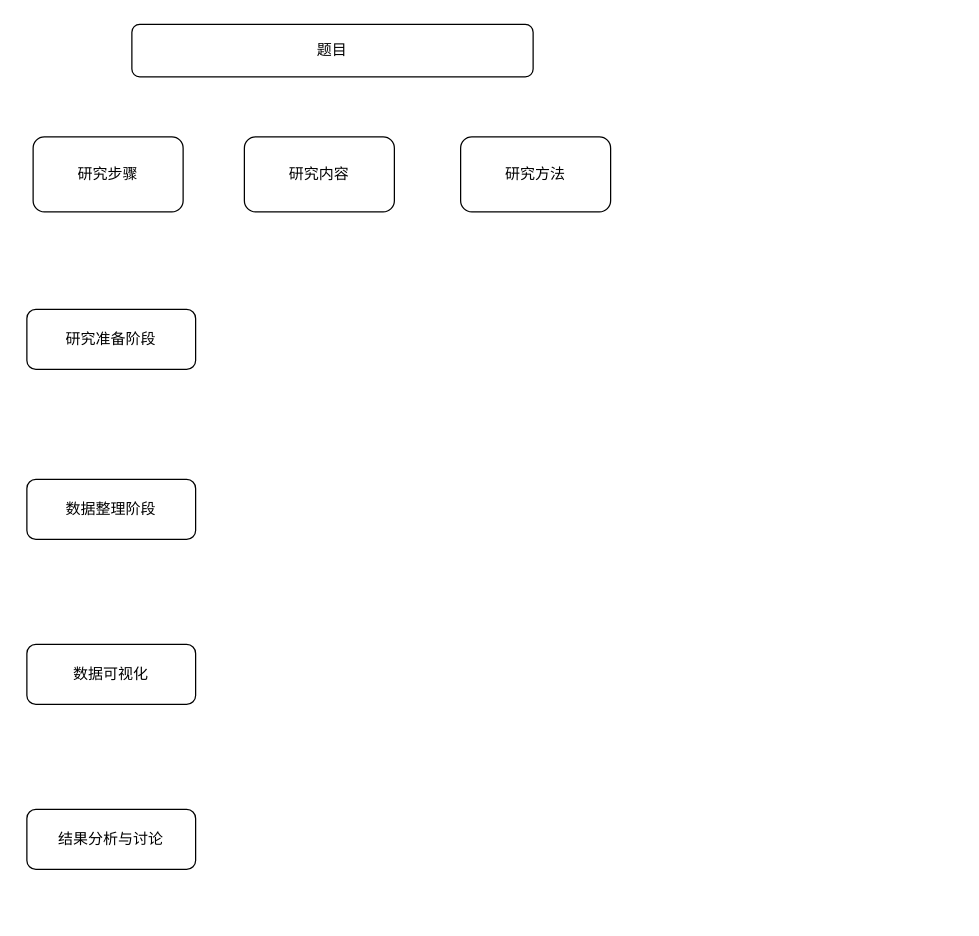
The draw.io diagram 未命名绘图.drawio in wcidftq/wcidftq, before the edit. Source tidied: cells renumbered, new cells numbered last; positions are measured from the earlier drawing's top-left corner, leaving out a move shared by most shapes. Both pictures are drawn from the tidied source at 125%, with x=0, y=0 at pixel (26, 24).
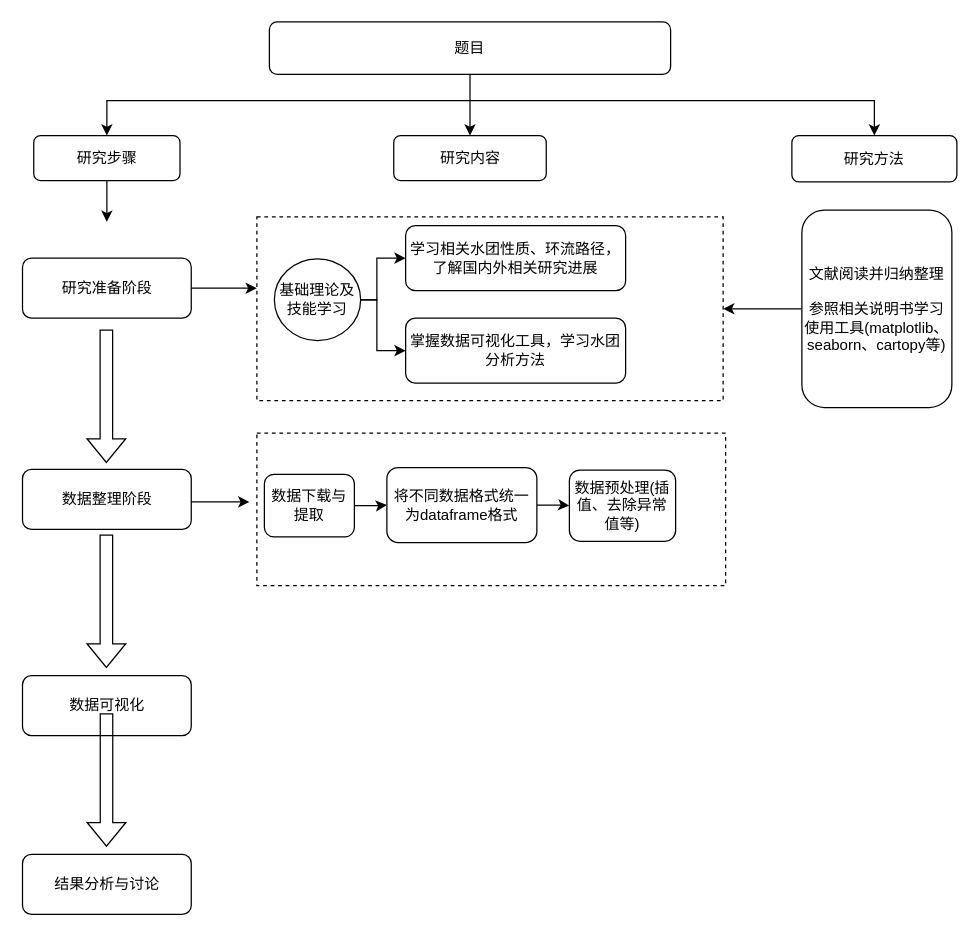
The same diagram, later.

Commit message (it also covers changes not shown here):
更新未命名绘图.drawio

Change to the diagram source:
```diff
@@
+    <mxCell id="10" style="rounded=0;whiteSpace=wrap;html=1;dashed=1;" parent="1" vertex="1">
+      <mxGeometry x="184" y="327" width="375" height="122" as="geometry" />
+    </mxCell>
+    <mxCell id="11" style="rounded=0;whiteSpace=wrap;html=1;dashed=1;" parent="1" vertex="1">
+      <mxGeometry x="184" y="154" width="373" height="147" as="geometry" />
+    </mxCell>
     <mxCell id="2" value="题目" style="rounded=1;whiteSpace=wrap;html=1;" parent="1" vertex="1">
-      <mxGeometry x="84" width="321" height="42" as="geometry" />
+      <mxGeometry x="194" y="-2" width="321" height="42" as="geometry" />
     </mxCell>
     <mxCell id="3" value="研究步骤" style="rounded=1;whiteSpace=wrap;html=1;" parent="1" vertex="1">
-      <mxGeometry x="5" y="90" width="120" height="60" as="geometry" />
+      <mxGeometry x="5.5" y="89" width="117" height="36" as="geometry" />
     </mxCell>
     <mxCell id="4" value="研究方法" style="rounded=1;whiteSpace=wrap;html=1;" parent="1" vertex="1">
-      <mxGeometry x="347" y="90" width="120" height="60" as="geometry" />
+      <mxGeometry x="612" y="89" width="132" height="37" as="geometry" />
     </mxCell>
     <mxCell id="5" value="研究内容" style="rounded=1;whiteSpace=wrap;html=1;" parent="1" vertex="1">
-      <mxGeometry x="174" y="90" width="120" height="60" as="geometry" />
+      <mxGeometry x="293.5" y="89" width="122" height="36" as="geometry" />
     </mxCell>
     <mxCell id="6" value="研究准备阶段" style="rounded=1;whiteSpace=wrap;html=1;" parent="1" vertex="1">
-      <mxGeometry y="228" width="135" height="48" as="geometry" />
+      <mxGeometry x="-3.5" y="187" width="135" height="48" as="geometry" />
     </mxCell>
     <mxCell id="7" value="数据整理阶段" style="rounded=1;whiteSpace=wrap;html=1;" parent="1" vertex="1">
-      <mxGeometry y="364" width="135" height="48" as="geometry" />
+      <mxGeometry x="-3.5" y="356" width="135" height="48" as="geometry" />
     </mxCell>
     <mxCell id="8" value="数据可视化" style="rounded=1;whiteSpace=wrap;html=1;" parent="1" vertex="1">
-      <mxGeometry y="496" width="135" height="48" as="geometry" />
+      <mxGeometry x="-3.5" y="521" width="135" height="48" as="geometry" />
     </mxCell>
     <mxCell id="9" value="结果分析与讨论" style="rounded=1;whiteSpace=wrap;html=1;" parent="1" vertex="1">
-      <mxGeometry y="628" width="135" height="48" as="geometry" />
+      <mxGeometry x="-3.5" y="664" width="135" height="48" as="geometry" />
     </mxCell>
+    <mxCell id="12" style="endArrow=classic;html=1;rounded=0;exitX=0.5;exitY=1;exitDx=0;exitDy=0;entryX=0.5;entryY=0;entryDx=0;entryDy=0;" parent="1" edge="1" source="2" target="5">
+      <mxGeometry relative="1" as="geometry" />
+    </mxCell>
+    <mxCell id="13" style="endArrow=classic;html=1;rounded=0;entryX=0.5;entryY=0;entryDx=0;entryDy=0;" parent="1" edge="1" target="4">
+      <mxGeometry relative="1" as="geometry">
+        <mxPoint x="354" y="61" as="sourcePoint" />
+        <Array as="points">
+          <mxPoint x="678" y="61" />
+        </Array>
+      </mxGeometry>
+    </mxCell>
+    <mxCell id="14" style="endArrow=classic;html=1;rounded=0;entryX=0.5;entryY=0;entryDx=0;entryDy=0;" parent="1" edge="1" target="3">
+      <mxGeometry relative="1" as="geometry">
+        <mxPoint x="354" y="61" as="sourcePoint" />
+        <Array as="points">
+          <mxPoint x="64" y="61" />
+        </Array>
+      </mxGeometry>
+    </mxCell>
+    <mxCell id="15" style="endArrow=classic;html=1;rounded=0;exitX=0.5;exitY=1;exitDx=0;exitDy=0;" parent="1" edge="1" source="3">
+      <mxGeometry relative="1" as="geometry">
+        <mxPoint x="64" y="158" as="targetPoint" />
+      </mxGeometry>
+    </mxCell>
+    <mxCell id="16" style="endArrow=classic;html=1;rounded=0;exitX=1;exitY=0.5;exitDx=0;exitDy=0;entryX=0;entryY=0.388;entryDx=0;entryDy=0;entryPerimeter=0;" parent="1" edge="1" source="6" target="11">
+      <mxGeometry relative="1" as="geometry" />
+    </mxCell>
+    <mxCell id="17" style="edgeStyle=orthogonalEdgeStyle;rounded=0;jettySize=auto;html=1;" parent="1" edge="1" source="19" target="21">
+      <mxGeometry relative="1" as="geometry">
+        <Array as="points">
+          <mxPoint x="280" y="220" />
+          <mxPoint x="280" y="261" />
+        </Array>
+      </mxGeometry>
+    </mxCell>
+    <mxCell id="18" style="edgeStyle=orthogonalEdgeStyle;rounded=0;jettySize=auto;html=1;entryX=0;entryY=0.5;entryDx=0;entryDy=0;" parent="1" edge="1" source="19" target="20">
+      <mxGeometry relative="1" as="geometry">
+        <Array as="points">
+          <mxPoint x="280" y="220" />
+          <mxPoint x="280" y="187" />
+        </Array>
+      </mxGeometry>
+    </mxCell>
+    <mxCell id="19" value="基础理论及技能学习" style="ellipse;whiteSpace=wrap;html=1;" parent="1" vertex="1">
+      <mxGeometry x="198" y="187.5" width="69" height="65.5" as="geometry" />
+    </mxCell>
+    <mxCell id="20" value="学习相关水团性质、环流路径，了解国内外相关研究进展" style="rounded=1;whiteSpace=wrap;html=1;" parent="1" vertex="1">
+      <mxGeometry x="303" y="161" width="176" height="52" as="geometry" />
+    </mxCell>
+    <mxCell id="21" value="掌握数据可视化工具，学习水团分析方法" style="rounded=1;whiteSpace=wrap;html=1;" parent="1" vertex="1">
+      <mxGeometry x="303" y="235" width="176" height="52" as="geometry" />
+    </mxCell>
+    <mxCell id="22" style="edgeStyle=orthogonalEdgeStyle;rounded=0;jettySize=auto;html=1;" parent="1" edge="1" source="23" target="11">
+      <mxGeometry relative="1" as="geometry" />
+    </mxCell>
+    <mxCell id="23" value="文献阅读并归纳整理&lt;div&gt;&lt;br&gt;&lt;div&gt;参照相关说明书学习使用工具(matplotlib、seaborn、cartopy等)&lt;/div&gt;&lt;/div&gt;" style="rounded=1;whiteSpace=wrap;html=1;" parent="1" vertex="1">
+      <mxGeometry x="620" y="148.5" width="120" height="158" as="geometry" />
+    </mxCell>
+    <mxCell id="24" style="shape=flexArrow;endArrow=classic;html=1;rounded=0;" parent="1" edge="1">
+      <mxGeometry relative="1" as="geometry">
+        <mxPoint x="63.6" y="244" as="sourcePoint" />
+        <mxPoint x="63.6" y="351" as="targetPoint" />
+      </mxGeometry>
+    </mxCell>
+    <mxCell id="25" style="shape=flexArrow;endArrow=classic;html=1;rounded=0;" parent="1" edge="1">
+      <mxGeometry relative="1" as="geometry">
+        <mxPoint x="63.6" y="408" as="sourcePoint" />
+        <mxPoint x="63.6" y="515" as="targetPoint" />
+      </mxGeometry>
+    </mxCell>
+    <mxCell id="26" style="shape=flexArrow;endArrow=classic;html=1;rounded=0;" parent="1" edge="1">
+      <mxGeometry relative="1" as="geometry">
+        <mxPoint x="63.7" y="551" as="sourcePoint" />
+        <mxPoint x="63.7" y="658" as="targetPoint" />
+      </mxGeometry>
+    </mxCell>
+    <mxCell id="27" style="endArrow=classic;html=1;rounded=0;" parent="1" edge="1">
+      <mxGeometry relative="1" as="geometry">
+        <mxPoint x="131.5" y="382" as="sourcePoint" />
+        <mxPoint x="178" y="382" as="targetPoint" />
+      </mxGeometry>
+    </mxCell>
+    <mxCell id="28" style="edgeStyle=orthogonalEdgeStyle;rounded=0;jettySize=auto;html=1;" parent="1" edge="1" source="29" target="31">
+      <mxGeometry relative="1" as="geometry" />
+    </mxCell>
+    <mxCell id="29" value="数据下载与提取" style="rounded=1;whiteSpace=wrap;html=1;" parent="1" vertex="1">
+      <mxGeometry x="190" y="360" width="72" height="50" as="geometry" />
+    </mxCell>
+    <mxCell id="30" style="edgeStyle=orthogonalEdgeStyle;rounded=0;jettySize=auto;html=1;" parent="1" edge="1" source="31" target="32">
+      <mxGeometry relative="1" as="geometry" />
+    </mxCell>
+    <mxCell id="31" value="将不同数据格式统一为dataframe格式" style="whiteSpace=wrap;html=1;rounded=1;" parent="1" vertex="1">
+      <mxGeometry x="288" y="354.5" width="120" height="60" as="geometry" />
+    </mxCell>
+    <mxCell id="32" value="数据预处理(插值、去除异常值等)" style="whiteSpace=wrap;html=1;rounded=1;" parent="1" vertex="1">
+      <mxGeometry x="434" y="356.5" width="85" height="57" as="geometry" />
+    </mxCell>
```
